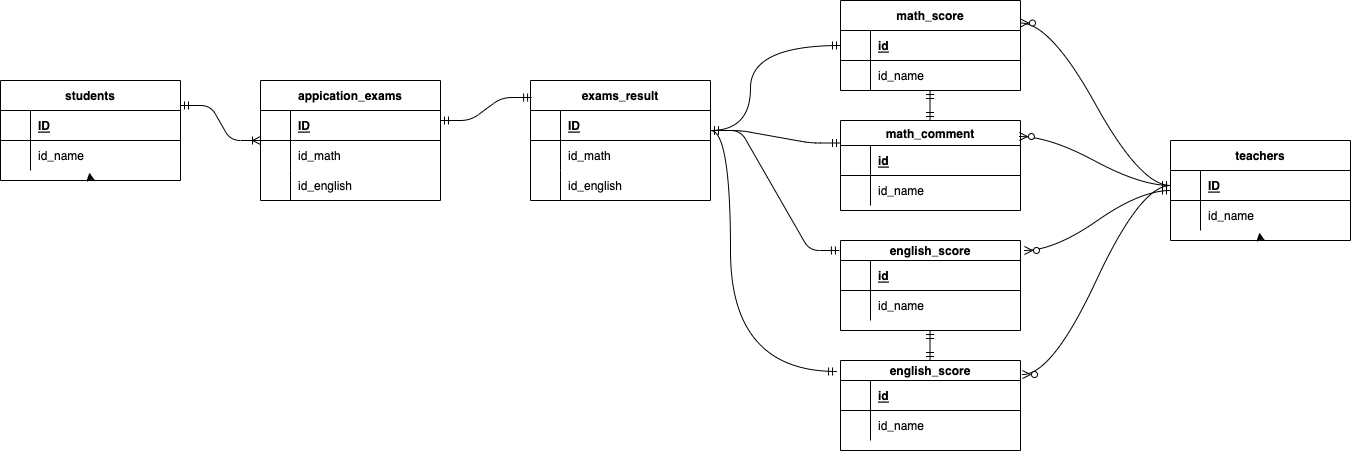
PW-kazu/20220604shimizu keeps this draw.io diagram as 20220603..drawio.png. Above is the earlier version. Source tidied: cells renumbered, new cells last; positions are measured from the earlier drawing's top-left corner, leaving out a move shared by most shapes.
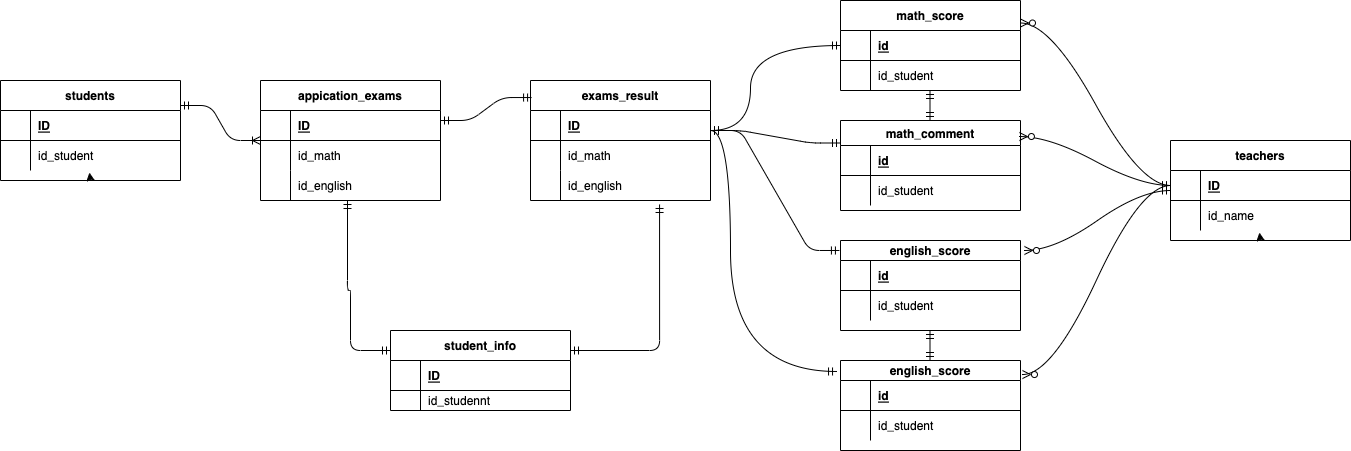
Later version of the same file.

What changed in the source:
```diff
@@ -20,7 +20,7 @@
     <mxCell id="7" style="shape=partialRectangle;fillColor=none;top=0;left=0;bottom=0;right=0;overflow=hidden;" parent="6" vertex="1">
       <mxGeometry width="30" height="30" as="geometry" />
     </mxCell>
-    <mxCell id="8" value="id_name" style="shape=partialRectangle;fillColor=none;top=0;left=0;bottom=0;right=0;align=left;spacingLeft=6;overflow=hidden;" parent="6" vertex="1">
+    <mxCell id="8" value="id_student" style="shape=partialRectangle;fillColor=none;top=0;left=0;bottom=0;right=0;align=left;spacingLeft=6;overflow=hidden;" parent="6" vertex="1">
       <mxGeometry x="30" width="150" height="30" as="geometry" />
     </mxCell>
     <mxCell id="9" style="edgeStyle=none;html=1;exitX=0.5;exitY=1;exitDx=0;exitDy=0;entryX=0.494;entryY=1.067;entryDx=0;entryDy=0;entryPerimeter=0;" parent="2" edge="1" source="2" target="6">
@@ -74,7 +74,7 @@
     <mxCell id="25" style="shape=partialRectangle;fillColor=none;top=0;left=0;bottom=0;right=0;overflow=hidden;" parent="24" vertex="1">
       <mxGeometry width="30" height="30" as="geometry" />
     </mxCell>
-    <mxCell id="26" value="id_name" style="shape=partialRectangle;fillColor=none;top=0;left=0;bottom=0;right=0;align=left;spacingLeft=6;overflow=hidden;" parent="24" vertex="1">
+    <mxCell id="26" value="id_student" style="shape=partialRectangle;fillColor=none;top=0;left=0;bottom=0;right=0;align=left;spacingLeft=6;overflow=hidden;" parent="24" vertex="1">
       <mxGeometry x="30" width="150" height="30" as="geometry" />
     </mxCell>
     <mxCell id="27" value="english_score" style="shape=table;startSize=20;rowLines=0;fontStyle=1;align=center;" parent="1" vertex="1">
@@ -95,7 +95,7 @@
     <mxCell id="32" style="shape=partialRectangle;fillColor=none;top=0;left=0;bottom=0;right=0;overflow=hidden;" parent="31" vertex="1">
       <mxGeometry width="30" height="30" as="geometry" />
     </mxCell>
-    <mxCell id="33" value="id_name" style="shape=partialRectangle;fillColor=none;top=0;left=0;bottom=0;right=0;align=left;spacingLeft=6;overflow=hidden;" parent="31" vertex="1">
+    <mxCell id="33" value="id_student" style="shape=partialRectangle;fillColor=none;top=0;left=0;bottom=0;right=0;align=left;spacingLeft=6;overflow=hidden;" parent="31" vertex="1">
       <mxGeometry x="30" width="150" height="30" as="geometry" />
     </mxCell>
     <mxCell id="34" value="math_comment" style="shape=table;startSize=25;rowLines=0;fontStyle=1;align=center;" parent="1" vertex="1">
@@ -116,7 +116,7 @@
     <mxCell id="39" style="shape=partialRectangle;fillColor=none;top=0;left=0;bottom=0;right=0;overflow=hidden;" parent="38" vertex="1">
       <mxGeometry width="30" height="30" as="geometry" />
     </mxCell>
-    <mxCell id="40" value="id_name" style="shape=partialRectangle;fillColor=none;top=0;left=0;bottom=0;right=0;align=left;spacingLeft=6;overflow=hidden;" parent="38" vertex="1">
+    <mxCell id="40" value="id_student" style="shape=partialRectangle;fillColor=none;top=0;left=0;bottom=0;right=0;align=left;spacingLeft=6;overflow=hidden;" parent="38" vertex="1">
       <mxGeometry x="30" width="150" height="30" as="geometry" />
     </mxCell>
     <mxCell id="41" value="english_score" style="shape=table;startSize=20;rowLines=0;fontStyle=1;align=center;" parent="1" vertex="1">
@@ -137,7 +137,7 @@
     <mxCell id="46" style="shape=partialRectangle;fillColor=none;top=0;left=0;bottom=0;right=0;overflow=hidden;" parent="45" vertex="1">
       <mxGeometry width="30" height="30" as="geometry" />
     </mxCell>
-    <mxCell id="47" value="id_name" style="shape=partialRectangle;fillColor=none;top=0;left=0;bottom=0;right=0;align=left;spacingLeft=6;overflow=hidden;" parent="45" vertex="1">
+    <mxCell id="47" value="id_student" style="shape=partialRectangle;fillColor=none;top=0;left=0;bottom=0;right=0;align=left;spacingLeft=6;overflow=hidden;" parent="45" vertex="1">
       <mxGeometry x="30" width="150" height="30" as="geometry" />
     </mxCell>
     <mxCell id="48" value="teachers" style="shape=table;startSize=30;rowLines=0;fontStyle=1;align=center;" parent="1" vertex="1">
@@ -254,5 +254,42 @@
     <mxCell id="77" style="edgeStyle=entityRelationEdgeStyle;fontSize=12;html=1;endArrow=ERoneToMany;startArrow=ERmandOne;exitX=1;exitY=0.25;exitDx=0;exitDy=0;" parent="1" edge="1" source="2" target="10">
       <mxGeometry relative="1" as="geometry" />
     </mxCell>
+    <mxCell id="78" value="student_info" style="shape=table;startSize=30;rowLines=0;fontStyle=1;align=center;" parent="1" vertex="1">
+      <mxGeometry x="390" y="330" width="180" height="80" as="geometry" />
+    </mxCell>
+    <mxCell id="79" style="shape=partialRectangle;fillColor=none;top=0;left=0;bottom=1;right=0;" parent="78" vertex="1">
+      <mxGeometry y="30" width="180" height="30" as="geometry" />
+    </mxCell>
+    <mxCell id="80" style="shape=partialRectangle;fillColor=none;top=0;left=0;bottom=0;right=0;fontStyle=1;overflow=hidden;" parent="79" vertex="1">
+      <mxGeometry width="30" height="30" as="geometry" />
+    </mxCell>
+    <mxCell id="81" value="ID" style="shape=partialRectangle;fillColor=none;top=0;left=0;bottom=0;right=0;align=left;spacingLeft=6;fontStyle=5;overflow=hidden;" parent="79" vertex="1">
+      <mxGeometry x="30" width="150" height="30" as="geometry" />
+    </mxCell>
+    <mxCell id="82" style="shape=partialRectangle;fillColor=none;top=0;left=0;bottom=0;right=0;" parent="78" vertex="1">
+      <mxGeometry y="60" width="180" height="20" as="geometry" />
+    </mxCell>
+    <mxCell id="83" style="shape=partialRectangle;fillColor=none;top=0;left=0;bottom=0;right=0;overflow=hidden;" parent="82" vertex="1">
+      <mxGeometry width="30" height="20" as="geometry" />
+    </mxCell>
+    <mxCell id="84" value="id_studennt" style="shape=partialRectangle;fillColor=none;top=0;left=0;bottom=0;right=0;align=left;spacingLeft=6;overflow=hidden;" parent="82" vertex="1">
+      <mxGeometry x="30" width="150" height="20" as="geometry" />
+    </mxCell>
+    <mxCell id="85" style="fontSize=12;html=1;endArrow=ERmandOne;startArrow=ERmandOne;edgeStyle=orthogonalEdgeStyle;exitX=0.717;exitY=1.133;exitDx=0;exitDy=0;exitPerimeter=0;entryX=1;entryY=0.25;entryDx=0;entryDy=0;" parent="1" edge="1" source="69" target="78">
+      <mxGeometry relative="1" as="geometry">
+        <Array as="points">
+          <mxPoint x="659" y="350" />
+        </Array>
+      </mxGeometry>
+    </mxCell>
+    <mxCell id="86" style="fontSize=12;html=1;endArrow=ERmandOne;startArrow=ERmandOne;edgeStyle=orthogonalEdgeStyle;entryX=0;entryY=0.25;entryDx=0;entryDy=0;" parent="1" edge="1" source="10" target="78">
+      <mxGeometry relative="1" as="geometry">
+        <Array as="points">
+          <mxPoint x="347" y="290" />
+          <mxPoint x="350" y="290" />
+          <mxPoint x="350" y="350" />
+        </Array>
+      </mxGeometry>
+    </mxCell>
   </root>
 </mxGraphModel>
```
